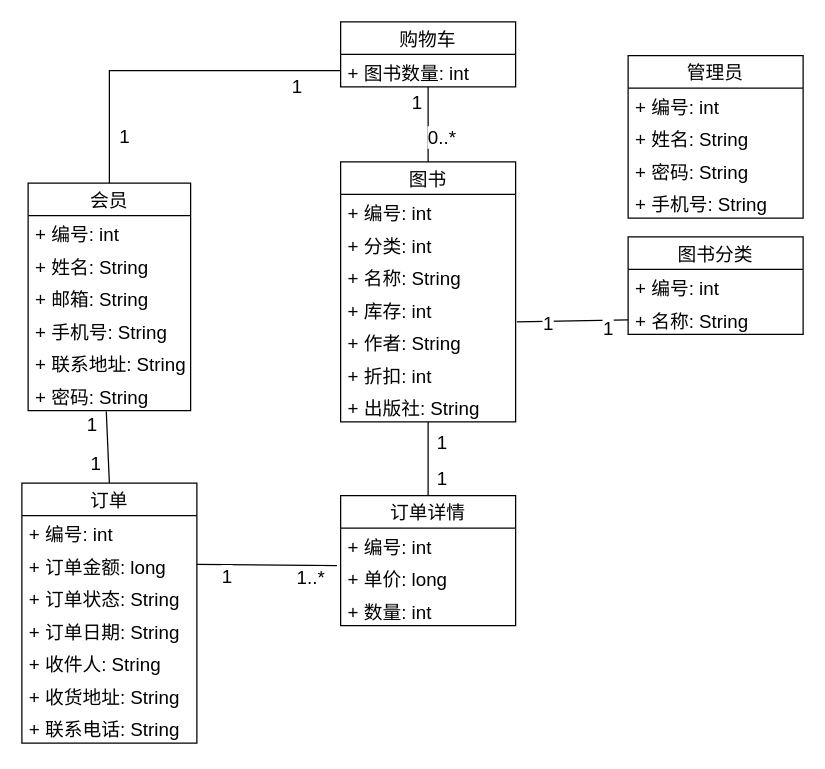
Above: 毕业设计-业务概念图.drawio in MinDaHu/UML (draw.io), before the change. Source tidied: cells renumbered, new cells numbered last; positions are measured from the earlier drawing's top-left corner, leaving out a move shared by most shapes. Both pictures are drawn from the tidied source at 125%, with x=0, y=0 at pixel (21, 21).
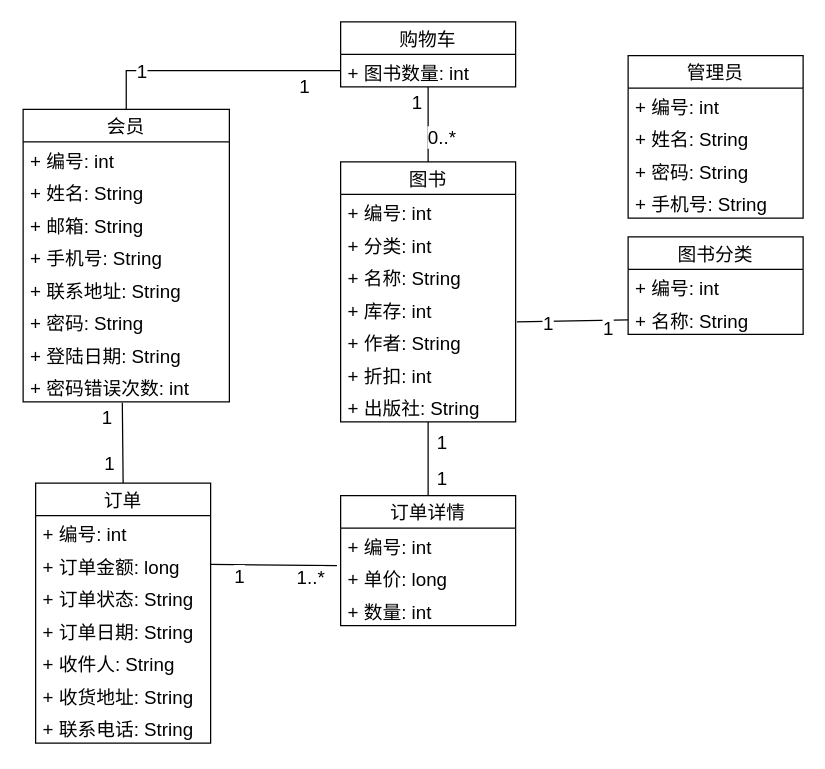
The same diagram, later.

Commit message:
更新毕业设计-业务概念图.drawio

Change to the diagram source:
```diff
@@
     <mxCell id="21" value="会员" style="swimlane;fontStyle=0;horizontal=1;startSize=26;fillColor=none;fontSize=15;" parent="1" vertex="1">
-      <mxGeometry x="5" y="129" width="130" height="182" as="geometry" />
+      <mxGeometry x="1" y="70" width="165" height="234" as="geometry" />
     </mxCell>
     <mxCell id="22" value="+ 编号: int" style="text;strokeColor=none;fillColor=none;align=left;verticalAlign=top;spacingLeft=4;spacingRight=4;overflow=hidden;fontSize=15;" parent="21" vertex="1">
-      <mxGeometry y="26" width="130" height="26" as="geometry" />
+      <mxGeometry y="26" width="165" height="26" as="geometry" />
     </mxCell>
     <mxCell id="23" value="+ 姓名: String" style="text;strokeColor=none;fillColor=none;align=left;verticalAlign=top;spacingLeft=4;spacingRight=4;overflow=hidden;fontSize=15;" parent="21" vertex="1">
-      <mxGeometry y="52" width="130" height="26" as="geometry" />
+      <mxGeometry y="52" width="165" height="26" as="geometry" />
     </mxCell>
     <mxCell id="24" value="+ 邮箱: String" style="text;strokeColor=none;fillColor=none;align=left;verticalAlign=top;spacingLeft=4;spacingRight=4;overflow=hidden;fontSize=15;" parent="21" vertex="1">
-      <mxGeometry y="78" width="130" height="26" as="geometry" />
+      <mxGeometry y="78" width="165" height="26" as="geometry" />
     </mxCell>
     <mxCell id="25" value="+ 手机号: String" style="text;strokeColor=none;fillColor=none;align=left;verticalAlign=top;spacingLeft=4;spacingRight=4;overflow=hidden;fontSize=15;" parent="21" vertex="1">
-      <mxGeometry y="104" width="130" height="26" as="geometry" />
+      <mxGeometry y="104" width="165" height="26" as="geometry" />
     </mxCell>
     <mxCell id="26" value="+ 联系地址: String" style="text;strokeColor=none;fillColor=none;align=left;verticalAlign=top;spacingLeft=4;spacingRight=4;overflow=hidden;fontSize=15;" parent="21" vertex="1">
-      <mxGeometry y="130" width="130" height="26" as="geometry" />
+      <mxGeometry y="130" width="165" height="26" as="geometry" />
     </mxCell>
+    <mxCell id="58" value="+ 密码: String" style="text;strokeColor=none;fillColor=none;align=left;verticalAlign=top;spacingLeft=4;spacingRight=4;overflow=hidden;fontSize=15;" parent="21" vertex="1">
+      <mxGeometry y="156" width="165" height="26" as="geometry" />
+    </mxCell>
+    <mxCell id="59" value="+ 登陆日期: String" style="text;strokeColor=none;fillColor=none;align=left;verticalAlign=top;spacingLeft=4;spacingRight=4;overflow=hidden;fontSize=15;" parent="21" vertex="1">
+      <mxGeometry y="182" width="165" height="26" as="geometry" />
+    </mxCell>
-    <mxCell id="27" value="+ 密码: String" style="text;strokeColor=none;fillColor=none;align=left;verticalAlign=top;spacingLeft=4;spacingRight=4;overflow=hidden;points=[[0,0.5],[1,0.5]];portConstraint=eastwest;fontSize=15;" parent="21" vertex="1">
-      <mxGeometry y="156" width="130" height="26" as="geometry" />
+    <mxCell id="27" value="+ 密码错误次数: int" style="text;strokeColor=none;fillColor=none;align=left;verticalAlign=top;spacingLeft=4;spacingRight=4;overflow=hidden;points=[[0,0.5],[1,0.5]];portConstraint=eastwest;fontSize=15;" parent="21" vertex="1">
+      <mxGeometry y="208" width="165" height="26" as="geometry" />
     </mxCell>
@@
     <mxCell id="35" value="订单" style="swimlane;fontStyle=0;horizontal=1;startSize=26;fillColor=none;fontSize=15;" parent="1" vertex="1">
-      <mxGeometry y="369" width="140" height="208" as="geometry" />
+      <mxGeometry x="11" y="369" width="140" height="208" as="geometry" />
     </mxCell>
```
